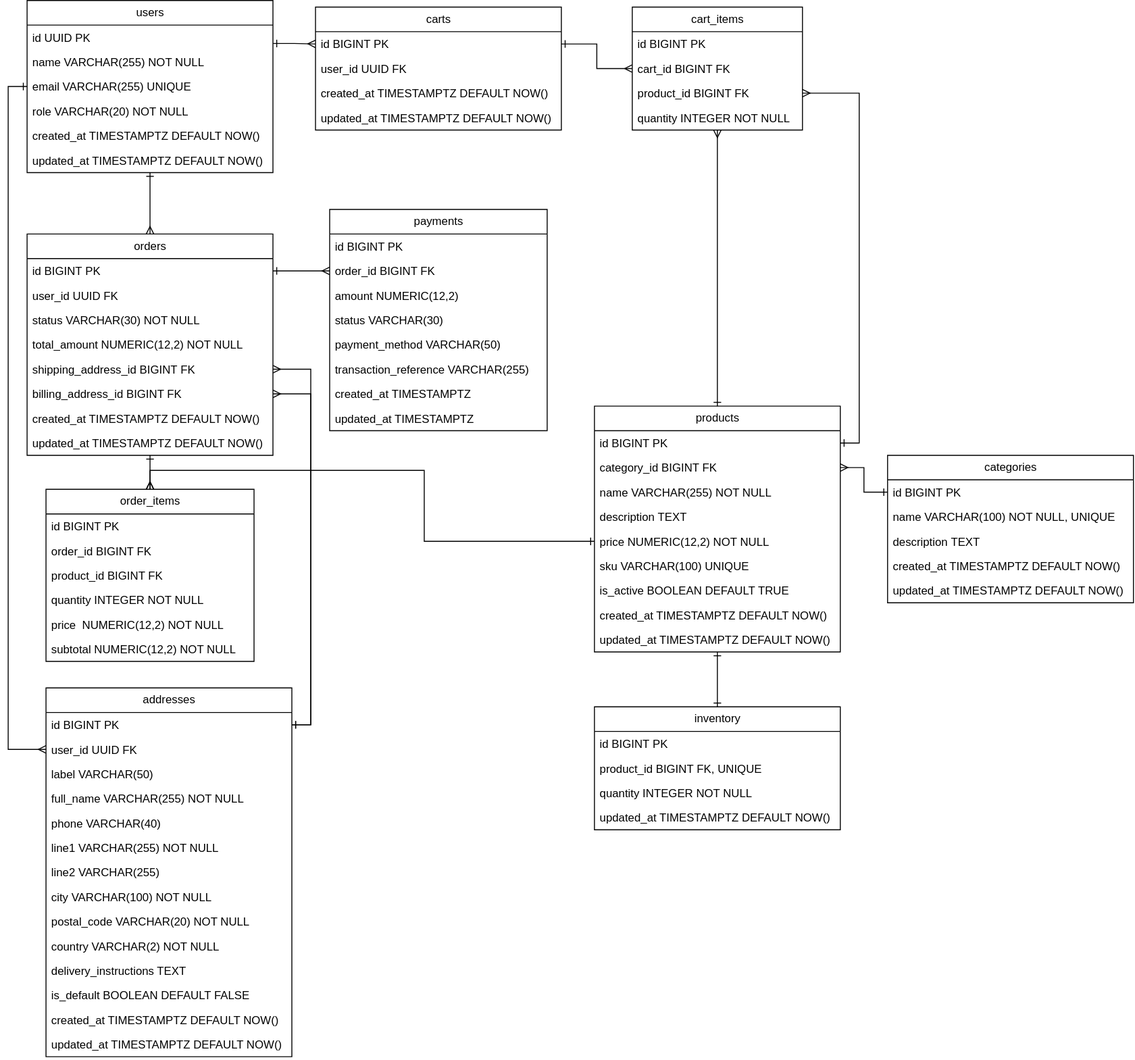
This is backend/custom_ecommerce_platform.drawio.svg from Jeferson004/custom-ecommerce-platform, a draw.io export, as it was before one commit. Source tidied: cells renumbered, new cells last; positions are measured from the earlier drawing's top-left corner, leaving out a move shared by most shapes.
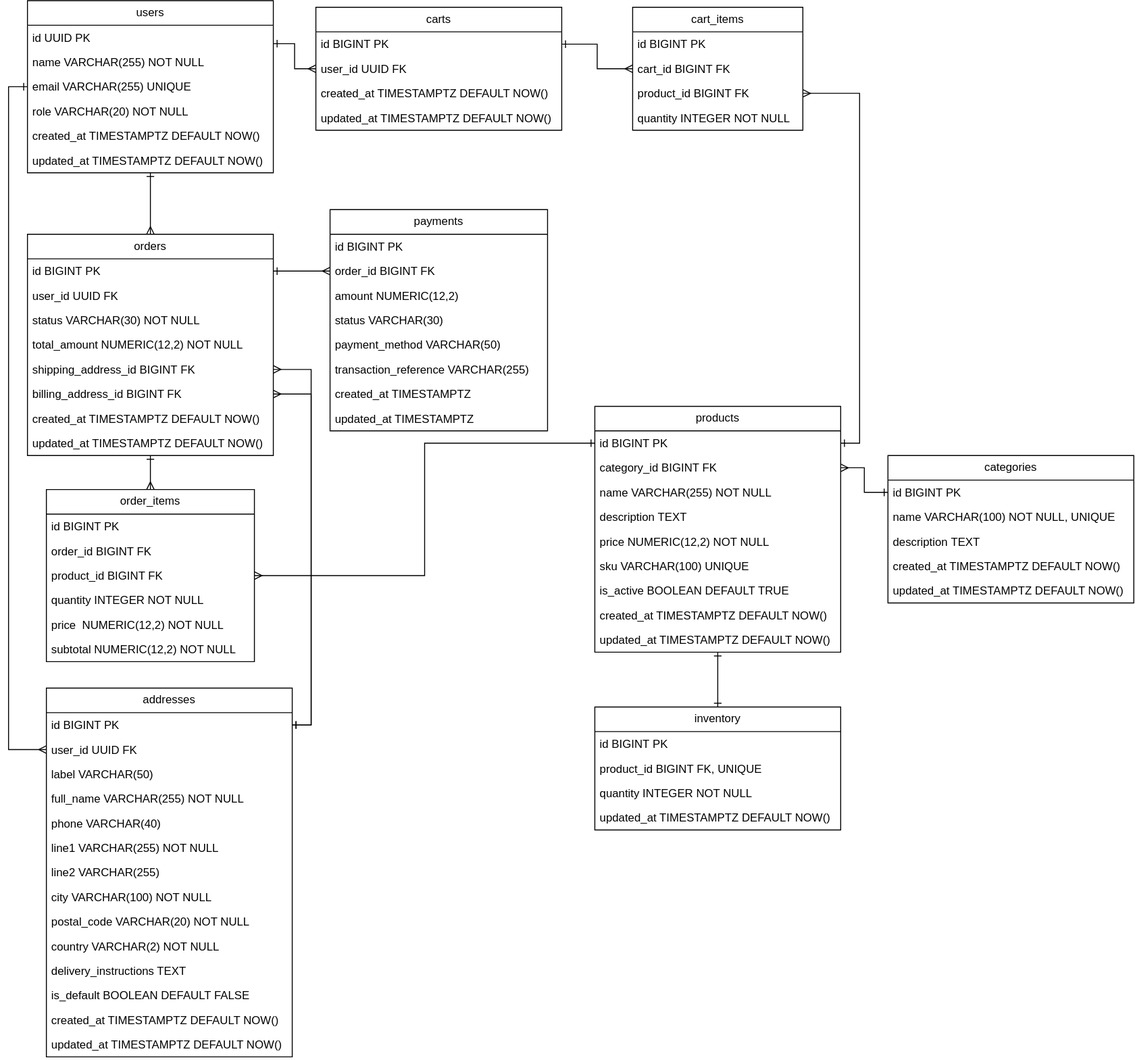
Later version of the same file.

Change to the diagram source:
```diff
@@ -5,7 +5,7 @@
     <mxCell id="2" style="edgeStyle=orthogonalEdgeStyle;rounded=0;jettySize=auto;html=1;endArrow=ERmany;endFill=0;startArrow=ERone;startFill=0;labelBackgroundColor=none;fontColor=default;" parent="1" edge="1" source="5" target="41">
       <mxGeometry relative="1" as="geometry" />
     </mxCell>
-    <mxCell id="3" style="edgeStyle=orthogonalEdgeStyle;rounded=0;jettySize=auto;html=1;entryX=0;entryY=0.5;entryDx=0;entryDy=0;endArrow=ERmany;endFill=0;startArrow=ERone;startFill=0;exitX=1;exitY=0.25;exitDx=0;exitDy=0;labelBackgroundColor=none;fontColor=default;" parent="1" edge="1" source="5" target="30">
+    <mxCell id="3" style="edgeStyle=orthogonalEdgeStyle;rounded=0;jettySize=auto;html=1;endArrow=ERmany;endFill=0;startArrow=ERone;startFill=0;exitX=1;exitY=0.25;exitDx=0;exitDy=0;labelBackgroundColor=none;fontColor=default;" parent="1" edge="1" source="5" target="31">
       <mxGeometry relative="1" as="geometry" />
     </mxCell>
     <mxCell id="4" style="edgeStyle=orthogonalEdgeStyle;rounded=0;jettySize=auto;html=1;exitX=0;exitY=0.5;exitDx=0;exitDy=0;entryX=0;entryY=0.5;entryDx=0;entryDy=0;startArrow=ERone;startFill=0;endArrow=ERmany;endFill=0;labelBackgroundColor=none;fontColor=default;" parent="1" edge="1" source="5" target="77">
@@ -98,9 +98,6 @@
     <mxCell id="33" value="updated_at TIMESTAMPTZ DEFAULT NOW()" style="text;strokeColor=none;fillColor=none;align=left;verticalAlign=top;spacingLeft=4;spacingRight=4;overflow=hidden;whiteSpace=wrap;html=1;rounded=0;labelBackgroundColor=none;" parent="29" vertex="1">
       <mxGeometry y="104" width="260" height="26" as="geometry" />
     </mxCell>
-    <mxCell id="34" style="edgeStyle=orthogonalEdgeStyle;rounded=0;jettySize=auto;html=1;endArrow=ERone;endFill=0;startArrow=ERmany;startFill=0;labelBackgroundColor=none;fontColor=default;" parent="1" edge="1" source="35" target="13">
-      <mxGeometry relative="1" as="geometry" />
-    </mxCell>
     <mxCell id="35" value="cart_items" style="swimlane;fontStyle=0;horizontal=1;startSize=26;fillColor=none;html=1;rounded=0;labelBackgroundColor=none;" parent="1" vertex="1">
       <mxGeometry x="640" y="7" width="180" height="130" as="geometry" />
     </mxCell>
@@ -146,7 +143,7 @@
     <mxCell id="49" value="updated_at TIMESTAMPTZ DEFAULT NOW()" style="text;strokeColor=none;fillColor=none;align=left;verticalAlign=top;spacingLeft=4;spacingRight=4;overflow=hidden;whiteSpace=wrap;html=1;rounded=0;labelBackgroundColor=none;" parent="41" vertex="1">
       <mxGeometry y="208" width="260" height="26" as="geometry" />
     </mxCell>
-    <mxCell id="50" style="edgeStyle=orthogonalEdgeStyle;rounded=0;jettySize=auto;html=1;endArrow=ERone;endFill=0;startArrow=ERmany;startFill=0;exitX=0.5;exitY=0;exitDx=0;exitDy=0;labelBackgroundColor=none;fontColor=default;" parent="1" edge="1" source="51" target="18">
+    <mxCell id="50" style="edgeStyle=orthogonalEdgeStyle;rounded=0;jettySize=auto;html=1;endArrow=ERone;endFill=0;startArrow=ERmany;startFill=0;labelBackgroundColor=none;fontColor=default;" parent="1" edge="1" source="54" target="14">
       <mxGeometry relative="1" as="geometry" />
     </mxCell>
     <mxCell id="51" value="order_items" style="swimlane;fontStyle=0;horizontal=1;startSize=26;fillColor=none;html=1;rounded=0;labelBackgroundColor=none;" parent="1" vertex="1">
```
